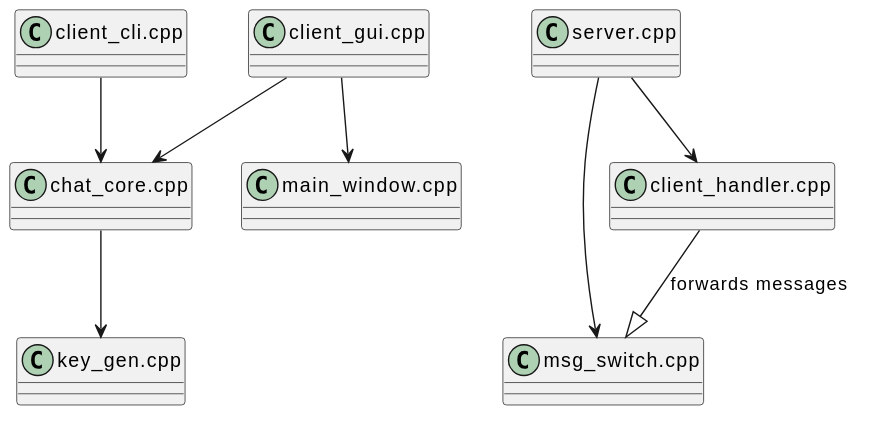
The PlantUML diagram docs/design.svg in vaezim/cryptic-writings, before a commit. Source of this version:
```plantuml
@startuml
class client_cli as "client_cli.cpp"
class client_gui as "client_gui.cpp"
class server as "server.cpp"

class chat_core as "chat_core.cpp"
class msg_switch as "msg_switch.cpp"
class client_handler as "client_handler.cpp"

class key_gen as "key_gen.cpp"

class main_window as "main_window.cpp"

client_cli --> chat_core
chat_core --> key_gen

client_gui --> chat_core
client_gui --> main_window

server --> client_handler
server --> msg_switch
client_handler --|> msg_switch : forwards messages
@enduml
```
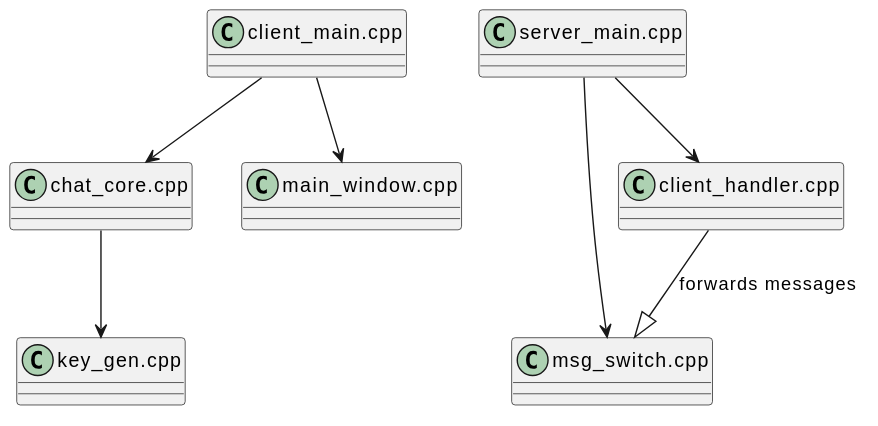
Above is the later version.

Diff of the diagram source:
```diff
@@ -1,7 +1,6 @@
 @startuml
-class client_cli as "client_cli.cpp"
-class client_gui as "client_gui.cpp"
-class server as "server.cpp"
+class client_main as "client_main.cpp"
+class server_main as "server_main.cpp"
 
 class chat_core as "chat_core.cpp"
 class msg_switch as "msg_switch.cpp"
@@ -11,13 +10,11 @@
 
 class main_window as "main_window.cpp"
 
-client_cli --> chat_core
+client_main --> chat_core
 chat_core --> key_gen
+client_main --> main_window
 
-client_gui --> chat_core
-client_gui --> main_window
-
-server --> client_handler
-server --> msg_switch
+server_main --> client_handler
+server_main --> msg_switch
 client_handler --|> msg_switch : forwards messages
 @enduml
```
